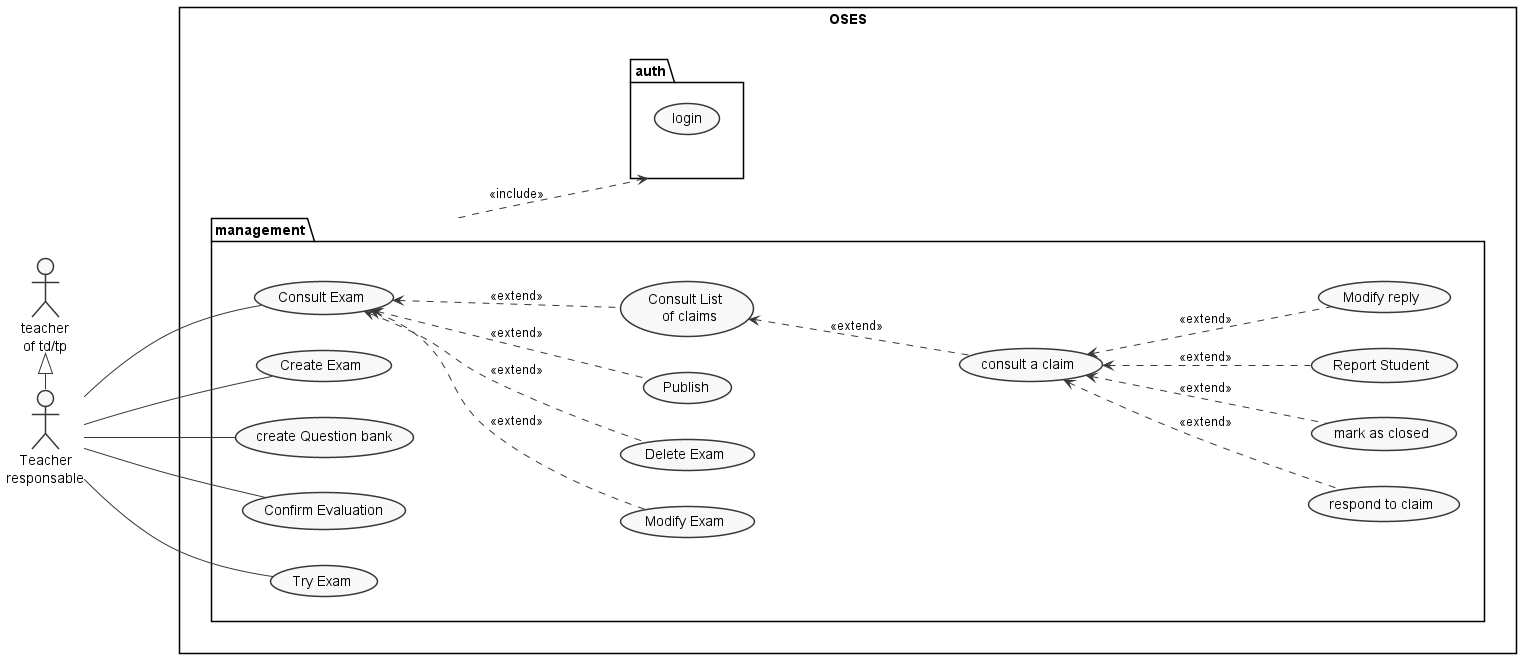
Above: Chapters/images/Module_Teacher.png in OnlineSecureExamSystem/oses-essays-memos (PlantUML), before the change. Its diagram source:
```plantuml
@startuml Module_Teacher

skinparam monochrome true
skinparam style strictuml
skinparam Ranksep 150
skinparam defaultTextAlignment center
left to right direction



    :teacher\nof td/tp: as Teachertdtp
    :Teacher\nresponsable: as Teacher

     Teacher -l-|> Teachertdtp

rectangle OSES {

    package management{

    Teacher -- (Consult Exam)
    Teacher -- (Create Exam)
    Teacher -- (create Question bank)
    (Consult Exam) <.. (Modify Exam):<<extend>>
    (Consult Exam) <.. (Delete Exam):<<extend>>
    (Consult Exam) <.. (Publish):<<extend>>

    Teacher -- (Confirm Evaluation)
    Teacher -- (Try Exam)
    (Consult Exam)  <.. (Consult List \n of claims):<<extend>>
    (Consult List \n of claims) <.. (consult a claim):<<extend>>
    (consult a claim) <.. (respond to claim):<<extend>>
    (consult a claim) <.. (mark as closed):<<extend>>
    (consult a claim) <.. (Report Student):<<extend>>
    (consult a claim) <.. (Modify reply):<<extend>>


    }

    package auth{
    usecase "login" as login
    }

    management ..> auth: <<include>>
}

@enduml
```
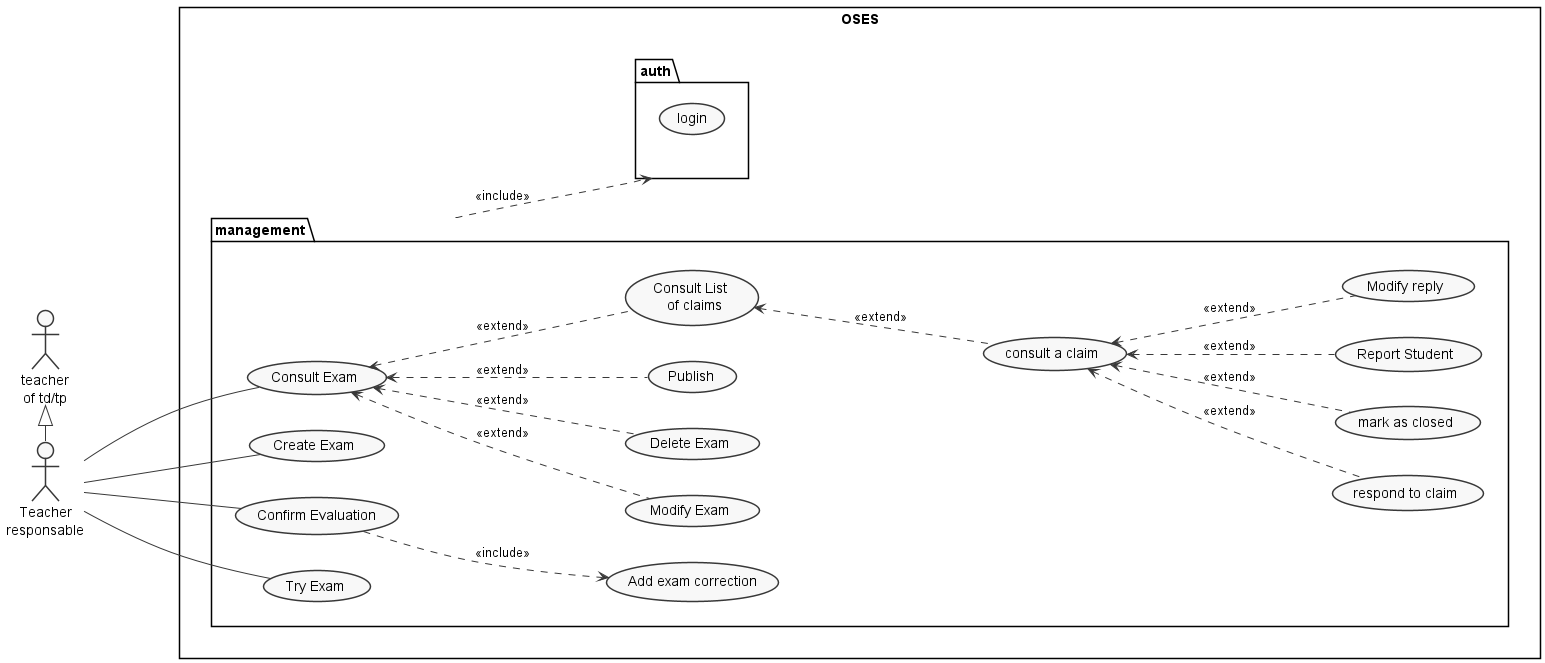
Later version of the same file.

Change to the diagram source:
```diff
@@ -19,12 +19,12 @@
 
     Teacher -- (Consult Exam)
     Teacher -- (Create Exam)
-    Teacher -- (create Question bank)
     (Consult Exam) <.. (Modify Exam):<<extend>>
     (Consult Exam) <.. (Delete Exam):<<extend>>
     (Consult Exam) <.. (Publish):<<extend>>
 
     Teacher -- (Confirm Evaluation)
+    (Confirm Evaluation) ..> (Add exam correction) : <<include>>
     Teacher -- (Try Exam)
     (Consult Exam)  <.. (Consult List \n of claims):<<extend>>
     (Consult List \n of claims) <.. (consult a claim):<<extend>>
```
